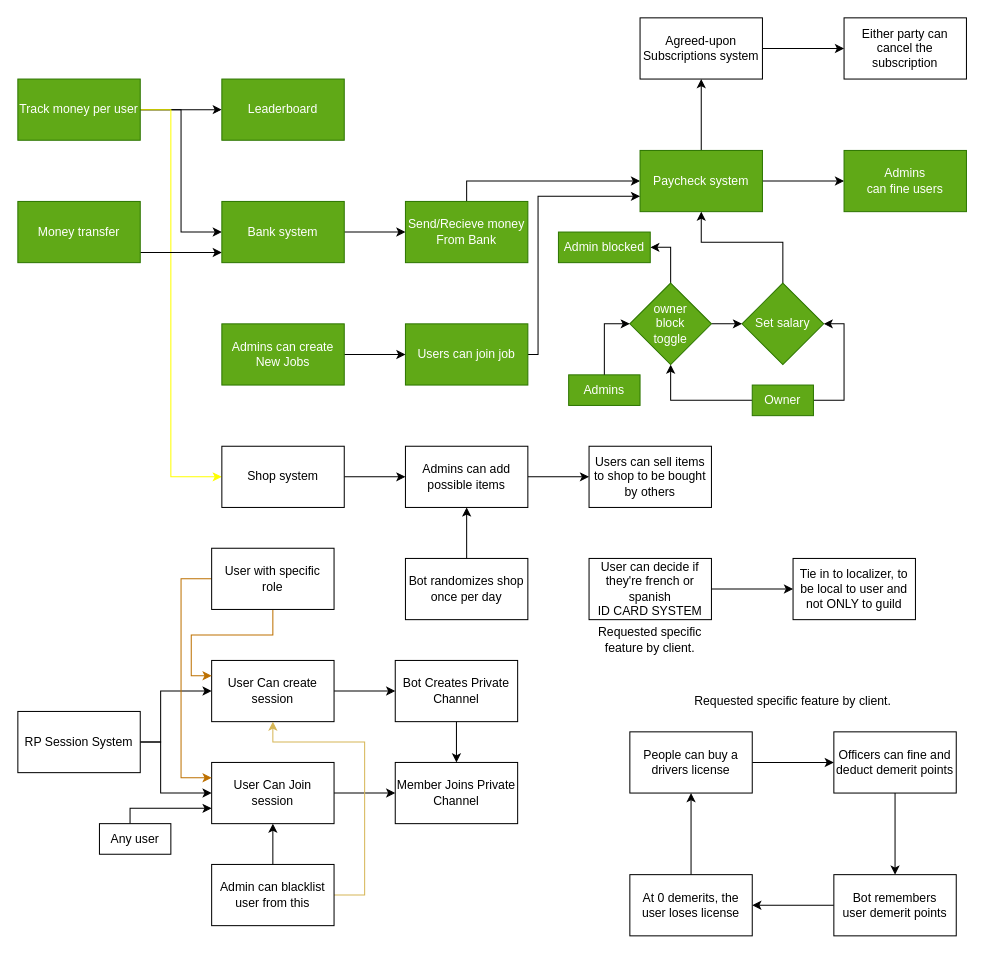
The draw.io diagram documentation/roadmap.drawio in Ames-hub/Metrobot, before the edit. Source tidied: cells renumbered, new cells numbered last; positions are measured from the earlier drawing's top-left corner, leaving out a move shared by most shapes. Both pictures are drawn from the tidied source at 102%, with x=0, y=0 at pixel (17, 17).
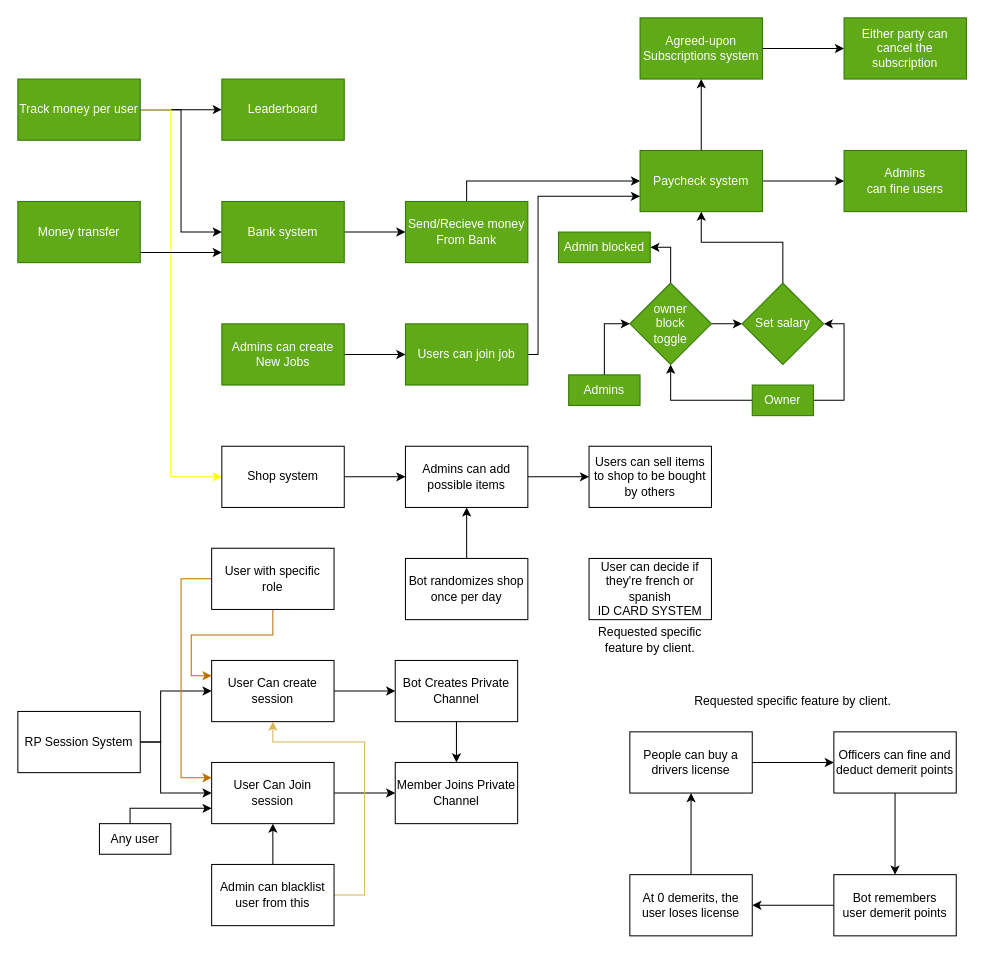
The same page after the edit.

The change refers to these unchanged cells:
```xml
<mxCell id="56" value="User can decide if they're french or spanish&lt;div&gt;ID CARD SYSTEM&lt;/div&gt;" style="rounded=0;whiteSpace=wrap;html=1;" parent="1" vertex="1">
  <mxGeometry x="560" y="530" width="120" height="60" as="geometry" />
</mxCell>
```

Change to the diagram source:
```diff
@@
-    <mxCell id="28" value="Agreed-upon&lt;div&gt;Subscriptions system&lt;/div&gt;" style="rounded=0;whiteSpace=wrap;html=1;" parent="1" vertex="1">
+    <mxCell id="28" value="Agreed-upon&lt;div&gt;Subscriptions system&lt;/div&gt;" style="rounded=0;whiteSpace=wrap;html=1;fillColor=#60a917;fontColor=#ffffff;strokeColor=#2D7600;" parent="1" vertex="1">
       <mxGeometry x="610" width="120" height="60" as="geometry" />
     </mxCell>
-    <mxCell id="29" value="Either party can cancel the subscription" style="rounded=0;whiteSpace=wrap;html=1;" parent="1" vertex="1">
+    <mxCell id="29" value="Either party can cancel the subscription" style="rounded=0;whiteSpace=wrap;html=1;fillColor=#60a917;fontColor=#ffffff;strokeColor=#2D7600;" parent="1" vertex="1">
       <mxGeometry x="810" width="120" height="60" as="geometry" />
     </mxCell>
@@
-    <mxCell id="55" style="edgeStyle=orthogonalEdgeStyle;rounded=0;jettySize=auto;html=1;" parent="1" edge="1" source="56" target="57">
-      <mxGeometry relative="1" as="geometry" />
-    </mxCell>
@@
-    <mxCell id="57" value="Tie in to localizer, to be local to user and not ONLY to guild" style="whiteSpace=wrap;html=1;rounded=0;" parent="1" vertex="1">
-      <mxGeometry x="760" y="530" width="120" height="60" as="geometry" />
-    </mxCell>
```
